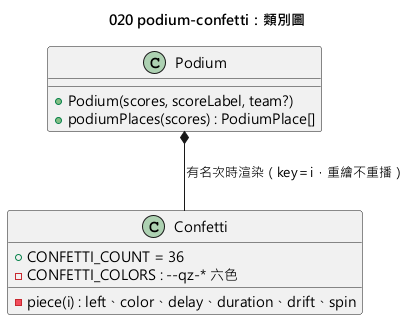
yue083139/software_fin-speckit keeps this PlantUML diagram as diagrams/020-podium-confetti-class.png. Above is the earlier version.
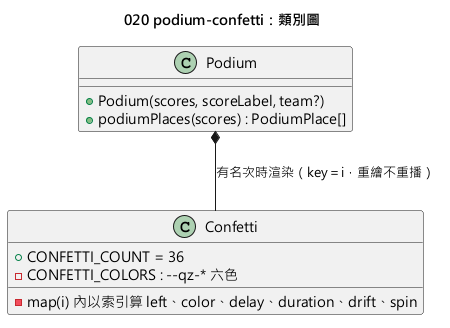
The same diagram one commit later.

Commit message:
docs(diagrams): 020-podium-confetti 類別圖與時序圖訂正（評審 followup）

What changed in the source:
```diff
@@ -9,7 +9,7 @@
 class "Confetti" as Confetti {
   +CONFETTI_COUNT = 36
   -CONFETTI_COLORS : --qz-* 六色
-  -piece(i) : left、color、delay、duration、drift、spin
+  -map(i) 內以索引算 left、color、delay、duration、drift、spin
 }
 Podium *-- Confetti : 有名次時渲染（key＝i，重繪不重播）
 @enduml
```
